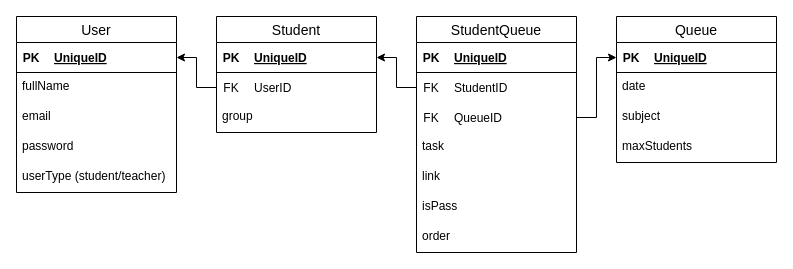
kantegory/express-microservices-example keeps this draw.io diagram as diagrams/Проектирование.drawio. Above is the earlier version. Source tidied: cells renumbered, new cells numbered last; positions are measured from the earlier drawing's top-left corner, leaving out a move shared by most shapes. Both pictures are drawn from the tidied source at 100%, with x=0, y=0 at pixel (16, 16).
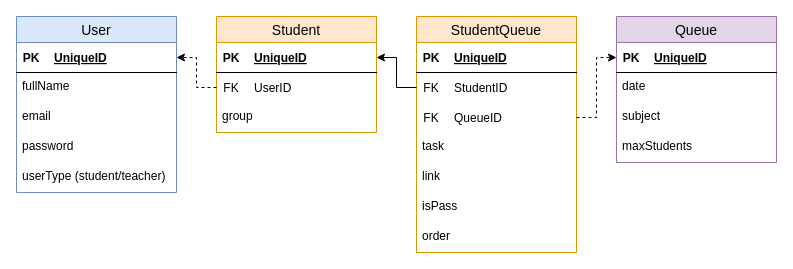
After the change.

Unchanged cells that the change refers to:
```xml
<mxCell id="4" style="shape=tableRow;horizontal=0;startSize=0;swimlaneHead=0;swimlaneBody=0;fillColor=none;points=[[0,0.5],[1,0.5]];portConstraint=eastwest;top=0;left=0;right=0;bottom=1;" parent="3" vertex="1">
  <mxGeometry width="160" height="30" as="geometry" />
</mxCell>
<mxCell id="13" style="shape=tableRow;horizontal=0;startSize=0;swimlaneHead=0;swimlaneBody=0;fillColor=none;points=[[0,0.5],[1,0.5]];portConstraint=eastwest;top=0;left=0;right=0;bottom=1;" parent="12" vertex="1">
  <mxGeometry width="160" height="30" as="geometry" />
</mxCell>
<mxCell id="29" style="shape=tableRow;horizontal=0;startSize=0;swimlaneHead=0;swimlaneBody=0;fillColor=none;points=[[0,0.5],[1,0.5]];portConstraint=eastwest;top=0;left=0;right=0;bottom=0;" parent="28" vertex="1">
  <mxGeometry width="160" height="30" as="geometry" />
</mxCell>
<mxCell id="43" style="shape=tableRow;horizontal=0;startSize=0;swimlaneHead=0;swimlaneBody=0;fillColor=none;points=[[0,0.5],[1,0.5]];portConstraint=eastwest;top=0;left=0;right=0;bottom=0;" parent="42" vertex="1">
  <mxGeometry width="160" height="30" as="geometry" />
</mxCell>
```

What changed in the source:
```diff
@@
-    <mxCell id="2" value="User" style="swimlane;fontStyle=0;horizontal=1;startSize=26;align=center;fontSize=14;" parent="1" vertex="1">
+    <mxCell id="2" value="User" style="swimlane;fontStyle=0;horizontal=1;startSize=26;align=center;fontSize=14;fillColor=#dae8fc;strokeColor=#6c8ebf;" parent="1" vertex="1">
       <mxGeometry width="160" height="176" as="geometry" />
     </mxCell>
@@
-    <mxCell id="11" value="Queue" style="swimlane;fontStyle=0;horizontal=1;startSize=26;align=center;fontSize=14;" parent="1" vertex="1">
+    <mxCell id="11" value="Queue" style="swimlane;fontStyle=0;horizontal=1;startSize=26;align=center;fontSize=14;fillColor=#e1d5e7;strokeColor=#9673a6;" parent="1" vertex="1">
       <mxGeometry x="600" width="160" height="146" as="geometry" />
     </mxCell>
@@
-    <mxCell id="19" value="StudentQueue" style="swimlane;fontStyle=0;horizontal=1;startSize=26;align=center;fontSize=14;" parent="1" vertex="1">
+    <mxCell id="19" value="StudentQueue" style="swimlane;fontStyle=0;horizontal=1;startSize=26;align=center;fontSize=14;fillColor=#ffe6cc;strokeColor=#d79b00;" parent="1" vertex="1">
       <mxGeometry x="400" width="160" height="236" as="geometry" />
     </mxCell>
@@
-    <mxCell id="36" style="edgeStyle=orthogonalEdgeStyle;rounded=0;jettySize=auto;html=1;" parent="1" edge="1" source="29" target="13">
+    <mxCell id="36" style="edgeStyle=orthogonalEdgeStyle;rounded=0;jettySize=auto;html=1;dashed=1;" parent="1" edge="1" source="29" target="13">
       <mxGeometry relative="1" as="geometry" />
     </mxCell>
-    <mxCell id="37" value="Student" style="swimlane;fontStyle=0;horizontal=1;startSize=26;align=center;fontSize=14;" parent="1" vertex="1">
+    <mxCell id="37" value="Student" style="swimlane;fontStyle=0;horizontal=1;startSize=26;align=center;fontSize=14;fillColor=#ffe6cc;strokeColor=#d79b00;" parent="1" vertex="1">
       <mxGeometry x="200" width="160" height="116" as="geometry" />
     </mxCell>
@@
-    <mxCell id="47" style="edgeStyle=orthogonalEdgeStyle;rounded=0;jettySize=auto;html=1;" parent="1" edge="1" source="43" target="4">
+    <mxCell id="47" style="edgeStyle=orthogonalEdgeStyle;rounded=0;jettySize=auto;html=1;dashed=1;" parent="1" edge="1" source="43" target="4">
       <mxGeometry relative="1" as="geometry" />
     </mxCell>
```
